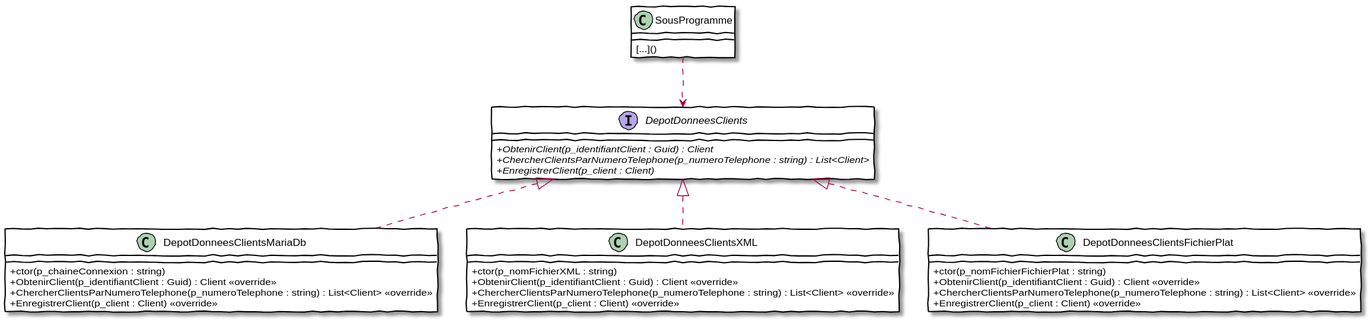
This is images/Module12_InjectionDependances/diag/src/DiagClassesInjectionDependances/InjectionDependances.svg from PiFou86/420-W20-SF, a PlantUML export, as it was before one commit.
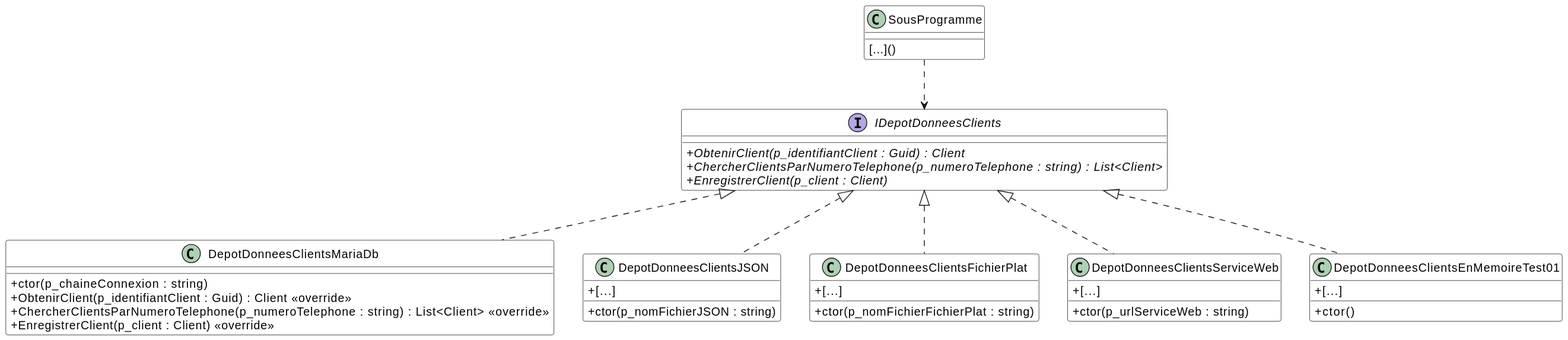
The same diagram one commit later.

What changed in the source:
```diff
@@ -1,23 +1,24 @@
-@startuml InjectionDependances
+@startuml
 skinparam classAttributeIconSize 0
-skinparam handwritten true
 skinparam class {
     BackgroundColor White
     BorderColor #000
 }
 
-DepotDonneesClients <|.. DepotDonneesClientsMariaDb
-DepotDonneesClients <|.. DepotDonneesClientsXML
-DepotDonneesClients <|.. DepotDonneesClientsFichierPlat
+IDepotDonneesClients <|.. DepotDonneesClientsMariaDb
+IDepotDonneesClients <|.. DepotDonneesClientsJSON
+IDepotDonneesClients <|.. DepotDonneesClientsFichierPlat
+IDepotDonneesClients <|.. DepotDonneesClientsServiceWeb
+IDepotDonneesClients <|.. DepotDonneesClientsEnMemoireTest01
 
 
-SousProgramme ..> DepotDonneesClients
+SousProgramme ..> IDepotDonneesClients
 
 class SousProgramme {
     [...]()
 }
 
-interface DepotDonneesClients {
+interface IDepotDonneesClients {
     + ObtenirClient(p_identifiantClient : Guid) : Client {abstract}
     + ChercherClientsParNumeroTelephone(p_numeroTelephone : string) : List<Client> {abstract}
     + EnregistrerClient(p_client : Client) {abstract}
@@ -30,18 +31,23 @@
     + EnregistrerClient(p_client : Client) <<override>>
 }
 
-class DepotDonneesClientsXML {
-    + ctor(p_nomFichierXML : string)
-    + ObtenirClient(p_identifiantClient : Guid) : Client <<override>>
-    + ChercherClientsParNumeroTelephone(p_numeroTelephone : string) : List<Client> <<override>>
-    + EnregistrerClient(p_client : Client) <<override>>
+class DepotDonneesClientsJSON {
+    + ctor(p_nomFichierJSON : string)
+    + [...]
 }
 
 class DepotDonneesClientsFichierPlat {
     + ctor(p_nomFichierFichierPlat : string)
-    + ObtenirClient(p_identifiantClient : Guid) : Client <<override>>
-    + ChercherClientsParNumeroTelephone(p_numeroTelephone : string) : List<Client> <<override>>
-    + EnregistrerClient(p_client : Client) <<override>>
+    + [...]
 }
 
+class DepotDonneesClientsServiceWeb {
+    + ctor(p_urlServiceWeb : string)
+    + [...]
+}
+
+class DepotDonneesClientsEnMemoireTest01 {
+    + ctor()
+    + [...]
+}
 @enduml
```
